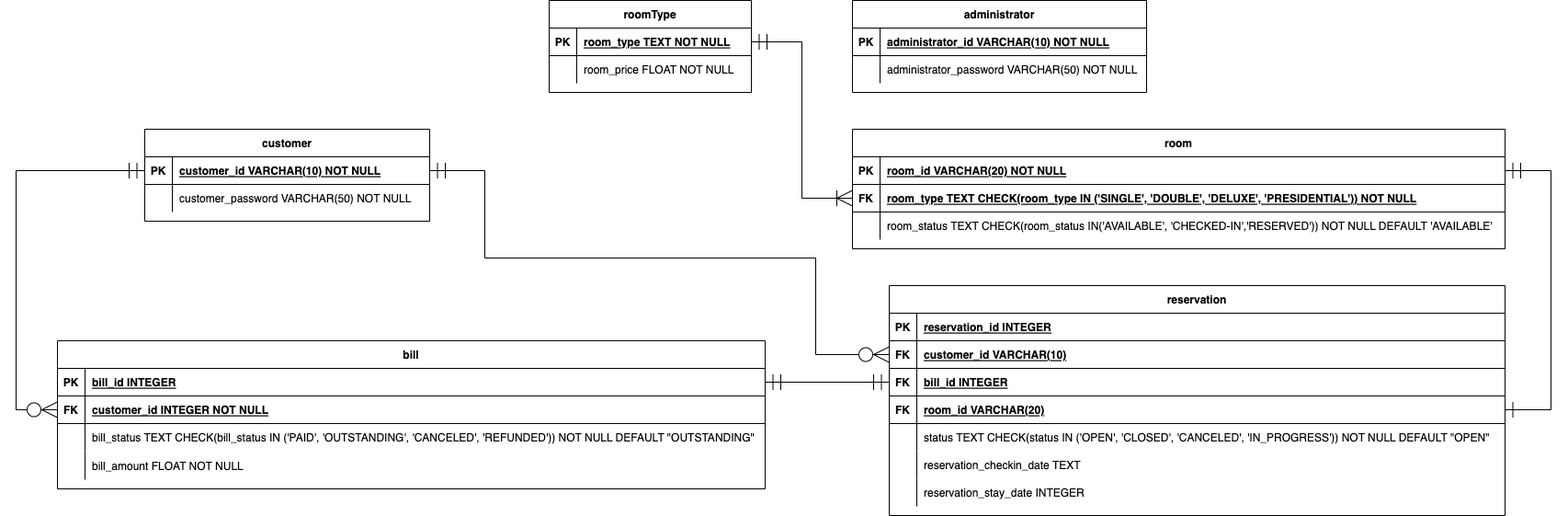
The draw.io diagram Diagrams/ERDiagram/ERDiagram.drawio.png in mclhtay/CS4471, before a commit. Source tidied: cells renumbered, new cells last; positions are measured from the earlier drawing's top-left corner, leaving out a move shared by most shapes.
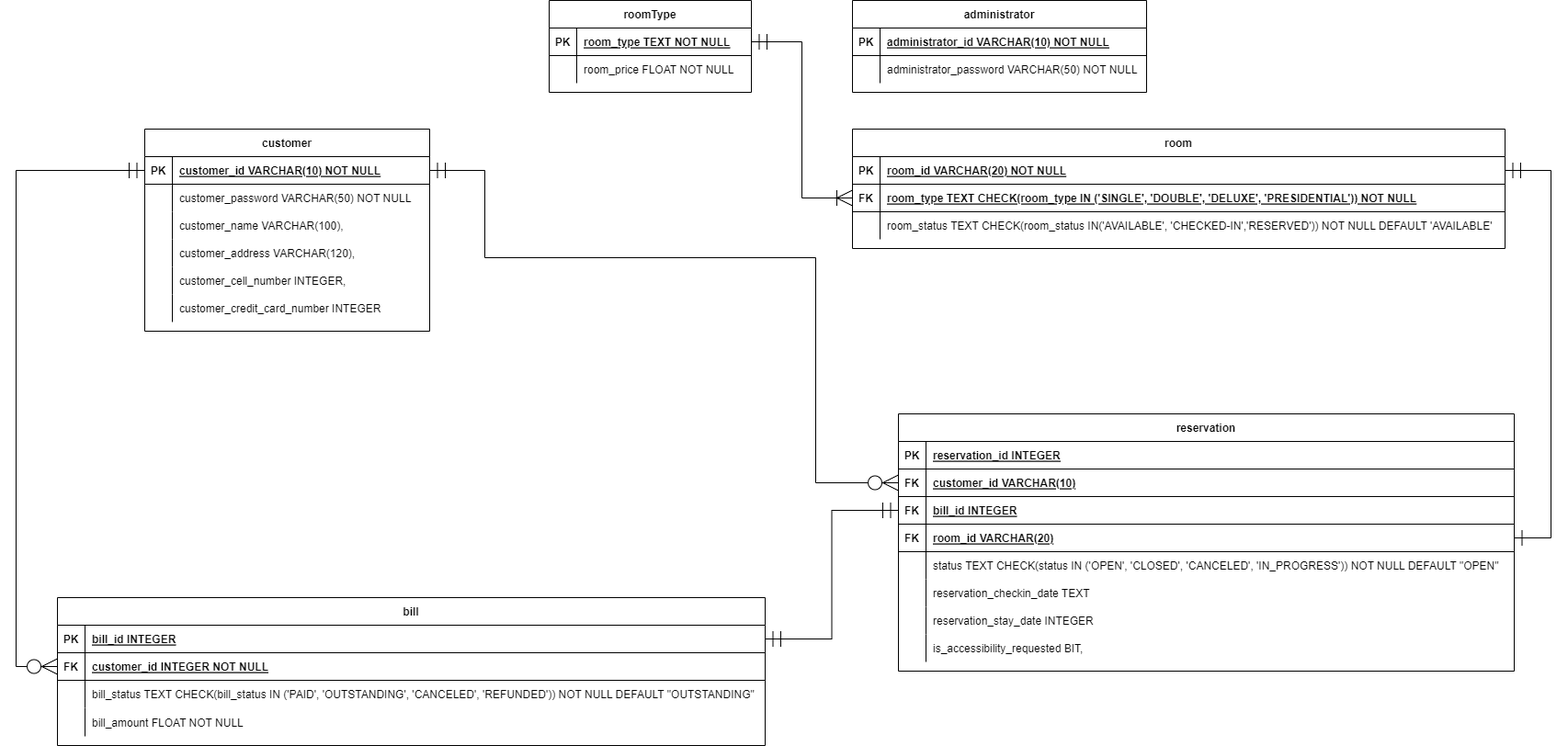
Later version of the same file.

The edit, as a diff of the source:
```diff
@@ -3,7 +3,7 @@
     <mxCell id="0" />
     <mxCell id="1" parent="0" />
     <mxCell id="2" value="customer" style="shape=table;startSize=30;rowLines=0;fontStyle=1;align=center;" parent="1" vertex="1">
-      <mxGeometry x="140" y="140" width="310" height="100" as="geometry" />
+      <mxGeometry x="140" y="140" width="310" height="220" as="geometry" />
     </mxCell>
     <mxCell id="3" style="shape=tableRow;horizontal=0;startSize=0;swimlaneHead=0;swimlaneBody=0;fillColor=none;points=[[0,0.5],[1,0.5]];portConstraint=eastwest;top=0;left=0;right=0;bottom=1;" parent="2" vertex="1">
       <mxGeometry y="30" width="310" height="30" as="geometry" />
@@ -17,12 +17,48 @@
     <mxCell id="6" style="shape=tableRow;horizontal=0;startSize=0;swimlaneHead=0;swimlaneBody=0;fillColor=none;top=0;left=0;right=0;bottom=0;" parent="2" vertex="1">
       <mxGeometry y="60" width="310" height="30" as="geometry" />
     </mxCell>
-    <mxCell id="7" style="shape=partialRectangle;overflow=hidden;fillColor=none;top=0;left=0;bottom=0;right=0;" parent="6" vertex="1">
-      <mxGeometry width="30" height="30" as="geometry" />
-    </mxCell>
+    <mxCell id="73" style="shape=partialRectangle;overflow=hidden;fillColor=none;top=0;left=0;bottom=0;right=0;" parent="6" vertex="1">
+      <mxGeometry width="30" height="30" as="geometry" />
+    </mxCell>
     <mxCell id="8" value="customer_password VARCHAR(50) NOT NULL" style="shape=partialRectangle;overflow=hidden;fillColor=none;align=left;top=0;left=0;bottom=0;right=0;spacingLeft=6;" parent="6" vertex="1">
       <mxGeometry x="30" width="280" height="30" as="geometry" />
     </mxCell>
+    <mxCell id="74" style="shape=tableRow;horizontal=0;startSize=0;swimlaneHead=0;swimlaneBody=0;fillColor=none;top=0;left=0;right=0;bottom=0;" parent="2" vertex="1">
+      <mxGeometry y="90" width="310" height="30" as="geometry" />
+    </mxCell>
+    <mxCell id="75" style="shape=partialRectangle;overflow=hidden;fillColor=none;top=0;left=0;bottom=0;right=0;" parent="74" vertex="1">
+      <mxGeometry width="30" height="30" as="geometry" />
+    </mxCell>
+    <mxCell id="76" value="customer_name VARCHAR(100)," style="shape=partialRectangle;overflow=hidden;fillColor=none;align=left;top=0;left=0;bottom=0;right=0;spacingLeft=6;" parent="74" vertex="1">
+      <mxGeometry x="30" width="280" height="30" as="geometry" />
+    </mxCell>
+    <mxCell id="77" style="shape=tableRow;horizontal=0;startSize=0;swimlaneHead=0;swimlaneBody=0;fillColor=none;top=0;left=0;right=0;bottom=0;" parent="2" vertex="1">
+      <mxGeometry y="120" width="310" height="30" as="geometry" />
+    </mxCell>
+    <mxCell id="78" style="shape=partialRectangle;overflow=hidden;fillColor=none;top=0;left=0;bottom=0;right=0;" parent="77" vertex="1">
+      <mxGeometry width="30" height="30" as="geometry" />
+    </mxCell>
+    <mxCell id="79" value="customer_address VARCHAR(120)," style="shape=partialRectangle;overflow=hidden;fillColor=none;align=left;top=0;left=0;bottom=0;right=0;spacingLeft=6;" parent="77" vertex="1">
+      <mxGeometry x="30" width="280" height="30" as="geometry" />
+    </mxCell>
+    <mxCell id="80" style="shape=tableRow;horizontal=0;startSize=0;swimlaneHead=0;swimlaneBody=0;fillColor=none;top=0;left=0;right=0;bottom=0;" parent="2" vertex="1">
+      <mxGeometry y="150" width="310" height="30" as="geometry" />
+    </mxCell>
+    <mxCell id="81" style="shape=partialRectangle;overflow=hidden;fillColor=none;top=0;left=0;bottom=0;right=0;" parent="80" vertex="1">
+      <mxGeometry width="30" height="30" as="geometry" />
+    </mxCell>
+    <mxCell id="82" value="customer_cell_number INTEGER," style="shape=partialRectangle;overflow=hidden;fillColor=none;align=left;top=0;left=0;bottom=0;right=0;spacingLeft=6;" parent="80" vertex="1">
+      <mxGeometry x="30" width="280" height="30" as="geometry" />
+    </mxCell>
+    <mxCell id="83" style="shape=tableRow;horizontal=0;startSize=0;swimlaneHead=0;swimlaneBody=0;fillColor=none;top=0;left=0;right=0;bottom=0;" parent="2" vertex="1">
+      <mxGeometry y="180" width="310" height="30" as="geometry" />
+    </mxCell>
+    <mxCell id="84" style="shape=partialRectangle;overflow=hidden;fillColor=none;top=0;left=0;bottom=0;right=0;" parent="83" vertex="1">
+      <mxGeometry width="30" height="30" as="geometry" />
+    </mxCell>
+    <mxCell id="85" value="customer_credit_card_number INTEGER" style="shape=partialRectangle;overflow=hidden;fillColor=none;align=left;top=0;left=0;bottom=0;right=0;spacingLeft=6;" parent="83" vertex="1">
+      <mxGeometry x="30" width="280" height="30" as="geometry" />
+    </mxCell>
     <mxCell id="9" value="administrator" style="shape=table;startSize=30;rowLines=0;fontStyle=1;align=center;" parent="1" vertex="1">
       <mxGeometry x="910" width="320" height="100" as="geometry" />
     </mxCell>
@@ -96,7 +132,7 @@
       <mxGeometry x="30" width="190" height="30" as="geometry" />
     </mxCell>
     <mxCell id="33" value="bill" style="shape=table;startSize=30;rowLines=0;fontStyle=1;align=center;" parent="1" vertex="1">
-      <mxGeometry x="45" y="370" width="770" height="161" as="geometry" />
+      <mxGeometry x="45" y="650" width="770" height="161" as="geometry" />
     </mxCell>
     <mxCell id="34" style="shape=tableRow;horizontal=0;startSize=0;swimlaneHead=0;swimlaneBody=0;fillColor=none;points=[[0,0.5],[1,0.5]];portConstraint=eastwest;top=0;left=0;right=0;bottom=1;" parent="33" vertex="1">
       <mxGeometry y="30" width="770" height="30" as="geometry" />
@@ -135,7 +171,7 @@
       <mxGeometry x="30" width="740" height="31" as="geometry" />
     </mxCell>
     <mxCell id="46" value="reservation" style="shape=table;startSize=30;rowLines=0;fontStyle=1;align=center;" parent="1" vertex="1">
-      <mxGeometry x="950" y="310" width="670" height="250" as="geometry" />
+      <mxGeometry x="960" y="450" width="670" height="280" as="geometry" />
     </mxCell>
     <mxCell id="47" style="shape=tableRow;horizontal=0;startSize=0;swimlaneHead=0;swimlaneBody=0;fillColor=none;top=0;left=0;right=0;bottom=1;" parent="46" vertex="1">
       <mxGeometry y="30" width="670" height="30" as="geometry" />
@@ -200,6 +236,15 @@
     <mxCell id="67" value="reservation_stay_date INTEGER" style="shape=partialRectangle;overflow=hidden;fillColor=none;align=left;top=0;left=0;bottom=0;right=0;spacingLeft=6;" parent="65" vertex="1">
       <mxGeometry x="30" width="640" height="30" as="geometry" />
     </mxCell>
+    <mxCell id="86" style="shape=tableRow;horizontal=0;startSize=0;swimlaneHead=0;swimlaneBody=0;fillColor=none;top=0;left=0;right=0;bottom=0;" parent="46" vertex="1">
+      <mxGeometry y="240" width="670" height="30" as="geometry" />
+    </mxCell>
+    <mxCell id="87" style="shape=partialRectangle;overflow=hidden;fillColor=none;top=0;left=0;bottom=0;right=0;" parent="86" vertex="1">
+      <mxGeometry width="30" height="30" as="geometry" />
+    </mxCell>
+    <mxCell id="88" value="is_accessibility_requested BIT," style="shape=partialRectangle;overflow=hidden;fillColor=none;align=left;top=0;left=0;bottom=0;right=0;spacingLeft=6;" parent="86" vertex="1">
+      <mxGeometry x="30" width="640" height="30" as="geometry" />
+    </mxCell>
     <mxCell id="68" style="edgeStyle=orthogonalEdgeStyle;rounded=0;jettySize=auto;html=1;entryX=0;entryY=0.5;entryDx=0;entryDy=0;startArrow=ERmandOne;startFill=0;endArrow=ERoneToMany;endFill=0;startSize=15;endSize=15;" parent="1" edge="1" source="27" target="20">
       <mxGeometry relative="1" as="geometry" />
     </mxCell>
@@ -207,7 +252,7 @@
       <mxGeometry relative="1" as="geometry">
         <Array as="points">
           <mxPoint x="1670" y="185" />
-          <mxPoint x="1670" y="445" />
+          <mxPoint x="1670" y="585" />
         </Array>
       </mxGeometry>
     </mxCell>
@@ -220,7 +265,7 @@
           <mxPoint x="510" y="185" />
           <mxPoint x="510" y="280" />
           <mxPoint x="870" y="280" />
-          <mxPoint x="870" y="385" />
+          <mxPoint x="870" y="525" />
         </Array>
       </mxGeometry>
     </mxCell>
@@ -228,7 +273,7 @@
       <mxGeometry relative="1" as="geometry">
         <Array as="points">
           <mxPoint y="185" />
-          <mxPoint y="445" />
+          <mxPoint y="725" />
         </Array>
       </mxGeometry>
     </mxCell>
```
